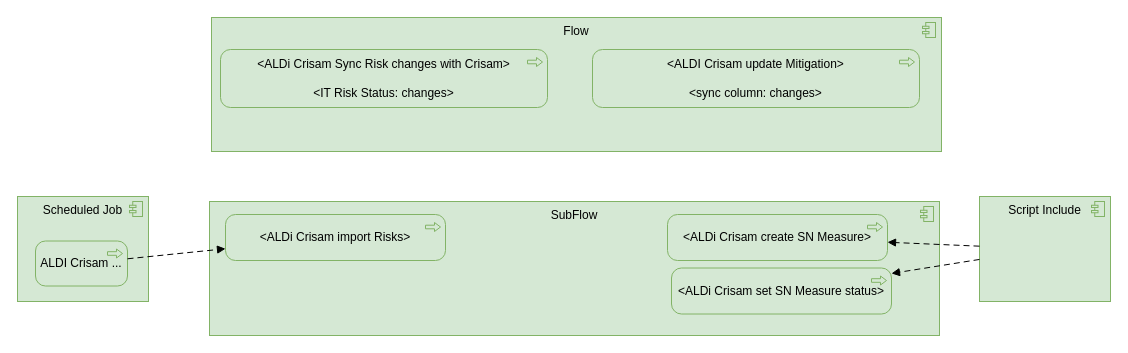
Before: page "FlowDesigner" (22 of 22) of AldiCrisam.drawio in algimas/tmp, a draw.io diagram. Source tidied: cells renumbered, new cells numbered last; positions are measured from the earlier drawing's top-left corner, leaving out a move shared by most shapes. Both pictures are drawn from the tidied source at 100%, with x=0, y=0 at pixel (17, 17).
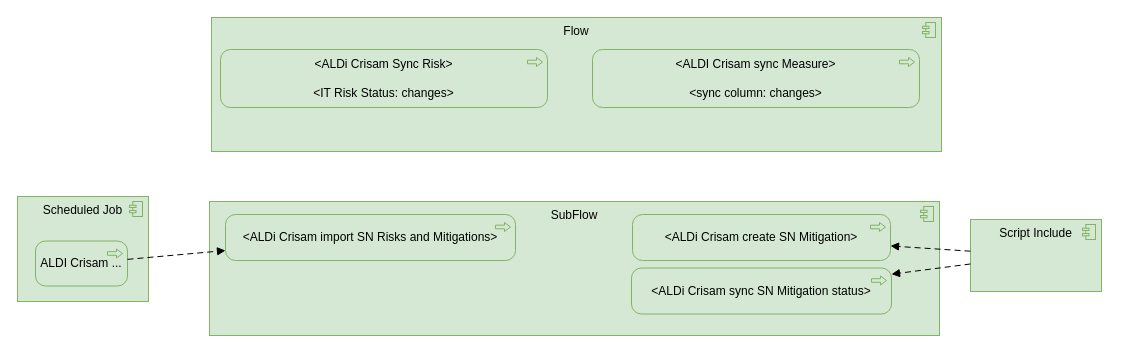
The same page after the edit.

Change to the diagram source:
```diff
@@
 <mxGraphModel>
   <root>
     <mxCell id="0" />
     <mxCell id="1" parent="0" />
     <mxCell id="2" value="Flow" style="html=1;whiteSpace=wrap;fillColor=#d5e8d4;shape=mxgraph.archimate3.application;appType=comp;archiType=square;strokeColor=#82b366;verticalAlign=top;" parent="1" vertex="1">
       <mxGeometry x="194" width="730" height="134" as="geometry" />
     </mxCell>
-    <mxCell id="3" value="&amp;lt;ALDi Crisam Sync Risk changes with Crisam&amp;gt;&lt;br&gt;&lt;br style=&quot;border-color: var(--border-color);&quot;&gt;&amp;lt;IT Risk Status: changes&amp;gt;" style="html=1;whiteSpace=wrap;fillColor=#d5e8d4;shape=mxgraph.archimate3.application;appType=proc;archiType=rounded;strokeColor=#82b366;" parent="1" vertex="1">
+    <mxCell id="3" value="&amp;lt;ALDi Crisam Sync Risk&amp;gt;&lt;br&gt;&lt;br style=&quot;border-color: var(--border-color);&quot;&gt;&amp;lt;IT Risk Status: changes&amp;gt;" style="html=1;whiteSpace=wrap;fillColor=#d5e8d4;shape=mxgraph.archimate3.application;appType=proc;archiType=rounded;strokeColor=#82b366;" parent="1" vertex="1">
       <mxGeometry x="203" y="32" width="327" height="58" as="geometry" />
     </mxCell>
-    <mxCell id="4" value="&amp;lt;ALDI Crisam update Mitigation&amp;gt;&lt;br&gt;&lt;br style=&quot;border-color: var(--border-color);&quot;&gt;&amp;lt;sync column: changes&amp;gt;" style="html=1;whiteSpace=wrap;fillColor=#d5e8d4;shape=mxgraph.archimate3.application;appType=proc;archiType=rounded;strokeColor=#82b366;" parent="1" vertex="1">
+    <mxCell id="4" value="&amp;lt;ALDI Crisam sync Measure&amp;gt;&lt;br&gt;&lt;br style=&quot;border-color: var(--border-color);&quot;&gt;&amp;lt;sync column: changes&amp;gt;" style="html=1;whiteSpace=wrap;fillColor=#d5e8d4;shape=mxgraph.archimate3.application;appType=proc;archiType=rounded;strokeColor=#82b366;" parent="1" vertex="1">
       <mxGeometry x="575" y="32" width="327" height="58" as="geometry" />
     </mxCell>
     <mxCell id="5" value="Scheduled Job" style="html=1;whiteSpace=wrap;fillColor=#d5e8d4;shape=mxgraph.archimate3.application;appType=comp;archiType=square;strokeColor=#82b366;verticalAlign=top;" parent="1" vertex="1">
       <mxGeometry y="179" width="131" height="105" as="geometry" />
     </mxCell>
     <mxCell id="6" value="ALDI Crisam ..." style="html=1;outlineConnect=0;whiteSpace=wrap;fillColor=#d5e8d4;shape=mxgraph.archimate3.application;appType=proc;archiType=rounded;strokeColor=#82b366;" parent="1" vertex="1">
       <mxGeometry x="18" y="223.5" width="92" height="45" as="geometry" />
     </mxCell>
     <mxCell id="7" value="SubFlow" style="html=1;whiteSpace=wrap;fillColor=#d5e8d4;shape=mxgraph.archimate3.application;appType=comp;archiType=square;strokeColor=#82b366;verticalAlign=top;" parent="1" vertex="1">
       <mxGeometry x="192" y="184" width="730" height="134" as="geometry" />
     </mxCell>
-    <mxCell id="8" value="&amp;lt;ALDi Crisam import Risks&amp;gt;" style="html=1;outlineConnect=0;whiteSpace=wrap;fillColor=#d5e8d4;shape=mxgraph.archimate3.application;appType=proc;archiType=rounded;strokeColor=#82b366;" parent="1" vertex="1">
-      <mxGeometry x="208" y="197" width="220" height="46" as="geometry" />
+    <mxCell id="8" value="&amp;lt;ALDi Crisam import SN Risks and Mitigations&amp;gt;" style="html=1;outlineConnect=0;whiteSpace=wrap;fillColor=#d5e8d4;shape=mxgraph.archimate3.application;appType=proc;archiType=rounded;strokeColor=#82b366;" parent="1" vertex="1">
+      <mxGeometry x="208" y="197" width="290" height="46" as="geometry" />
     </mxCell>
     <mxCell id="9" style="html=1;endArrow=block;dashed=1;elbow=vertical;endFill=1;dashPattern=6 4;rounded=0;fontSize=12;" parent="1" edge="1" source="6" target="8">
       <mxGeometry relative="1" as="geometry" />
     </mxCell>
-    <mxCell id="10" value="&amp;lt;ALDi Crisam create SN Measure&amp;gt;" style="html=1;outlineConnect=0;whiteSpace=wrap;fillColor=#d5e8d4;shape=mxgraph.archimate3.application;appType=proc;archiType=rounded;strokeColor=#82b366;" parent="1" vertex="1">
-      <mxGeometry x="650" y="197" width="220" height="46" as="geometry" />
+    <mxCell id="10" value="&amp;lt;ALDi Crisam create SN Mitigation&amp;gt;" style="html=1;outlineConnect=0;whiteSpace=wrap;fillColor=#d5e8d4;shape=mxgraph.archimate3.application;appType=proc;archiType=rounded;strokeColor=#82b366;" parent="1" vertex="1">
+      <mxGeometry x="615" y="197" width="258" height="46" as="geometry" />
     </mxCell>
     <mxCell id="11" value="Script Include" style="html=1;outlineConnect=0;whiteSpace=wrap;fillColor=#d5e8d4;shape=mxgraph.archimate3.application;appType=comp;archiType=square;strokeColor=#82b366;verticalAlign=top;" parent="1" vertex="1">
-      <mxGeometry x="962" y="179" width="131" height="105" as="geometry" />
+      <mxGeometry x="953" y="202" width="131" height="72" as="geometry" />
     </mxCell>
     <mxCell id="12" style="html=1;endArrow=block;dashed=1;elbow=vertical;endFill=1;dashPattern=6 4;rounded=0;fontSize=12;" parent="1" edge="1" source="11" target="10">
       <mxGeometry relative="1" as="geometry" />
     </mxCell>
-    <mxCell id="13" value="&amp;lt;ALDi Crisam set SN Measure status&amp;gt;" style="html=1;outlineConnect=0;whiteSpace=wrap;fillColor=#d5e8d4;shape=mxgraph.archimate3.application;appType=proc;archiType=rounded;strokeColor=#82b366;" parent="1" vertex="1">
-      <mxGeometry x="654" y="250.5" width="220" height="46" as="geometry" />
+    <mxCell id="13" value="&amp;lt;ALDi Crisam sync SN Mitigation status&amp;gt;" style="html=1;outlineConnect=0;whiteSpace=wrap;fillColor=#d5e8d4;shape=mxgraph.archimate3.application;appType=proc;archiType=rounded;strokeColor=#82b366;" parent="1" vertex="1">
+      <mxGeometry x="614" y="250.5" width="260" height="46" as="geometry" />
     </mxCell>
     <mxCell id="14" style="html=1;endArrow=block;dashed=1;elbow=vertical;endFill=1;dashPattern=6 4;rounded=0;fontSize=12;" parent="1" edge="1" source="11" target="13">
       <mxGeometry relative="1" as="geometry" />
     </mxCell>
   </root>
 </mxGraphModel>
```
